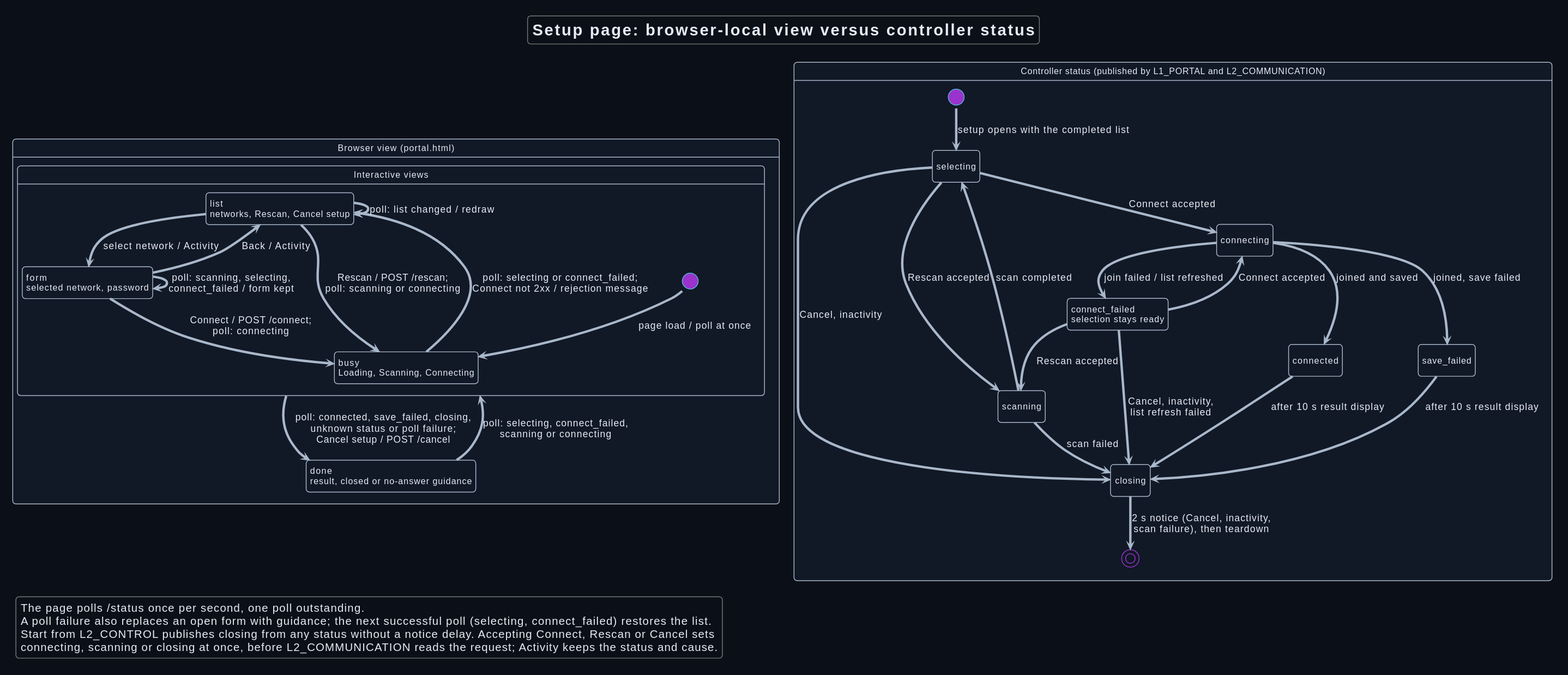
Before: Development/system/design/PORTAL/rendered/page_state.svg, a diagram exported from PlantUML (DemonicPsychoII/DigitalStethoscope).
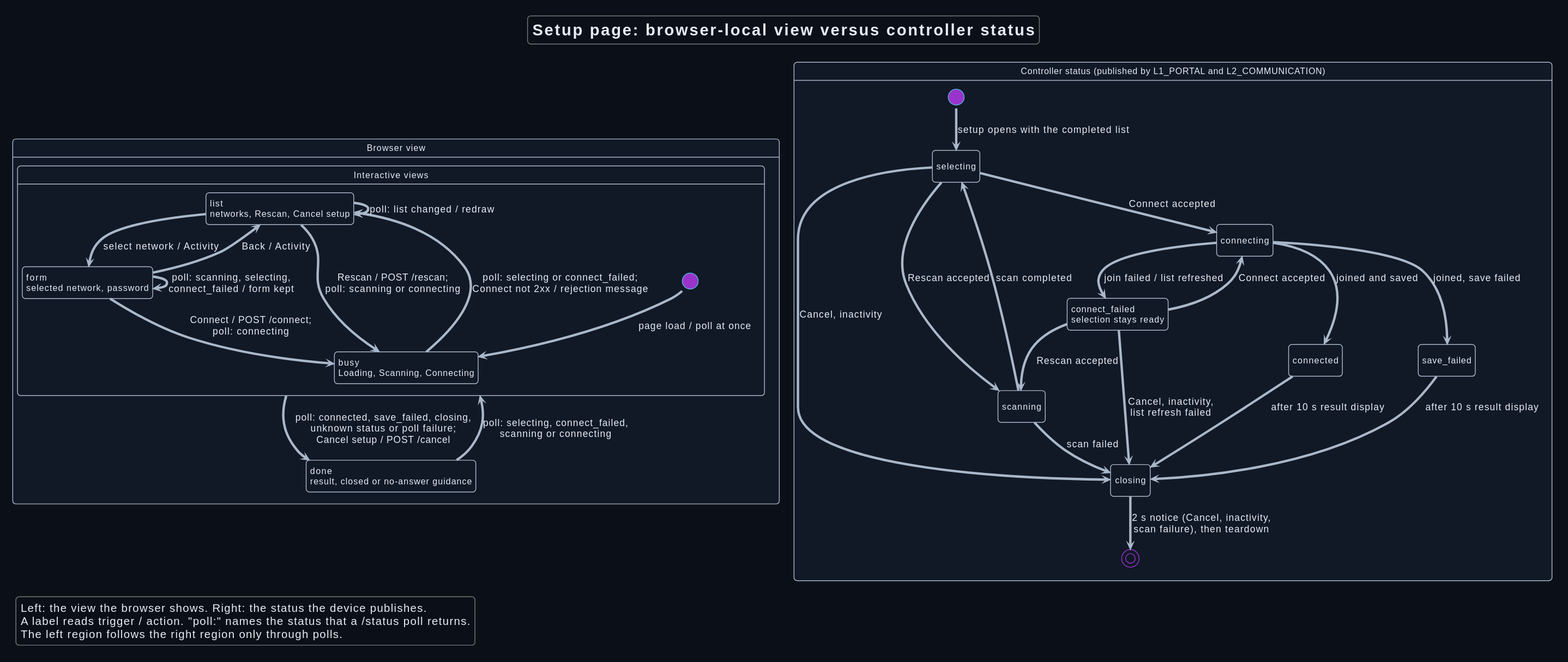
Later version of the same file.

Change to the diagram source:
```diff
@@ -13,7 +13,7 @@
 title Setup page: browser-local view versus controller status
 hide empty description
 
-state "Browser view (portal.html)" as Browser {
+state "Browser view" as Browser {
  state "Interactive views" as Interactive {
   state "list\nnetworks, Rescan, Cancel setup" as List
   state "form\nselected network, password" as Form
@@ -60,9 +60,8 @@
 Browser -[hidden]right-> Controller
 
 legend bottom left
- The page polls /status once per second, one poll outstanding.
- A poll failure also replaces an open form with guidance; the next successful poll (selecting, connect_failed) restores the list.
- Start from L2_CONTROL publishes closing from any status without a notice delay. Accepting Connect, Rescan or Cancel sets
- connecting, scanning or closing at once, before L2_COMMUNICATION reads the request; Activity keeps the status and cause.
+ Left: the view the browser shows. Right: the status the device publishes.
+ A label reads trigger / action. "poll:" names the status that a /status poll returns.
+ The left region follows the right region only through polls.
 endlegend
 @enduml
```
